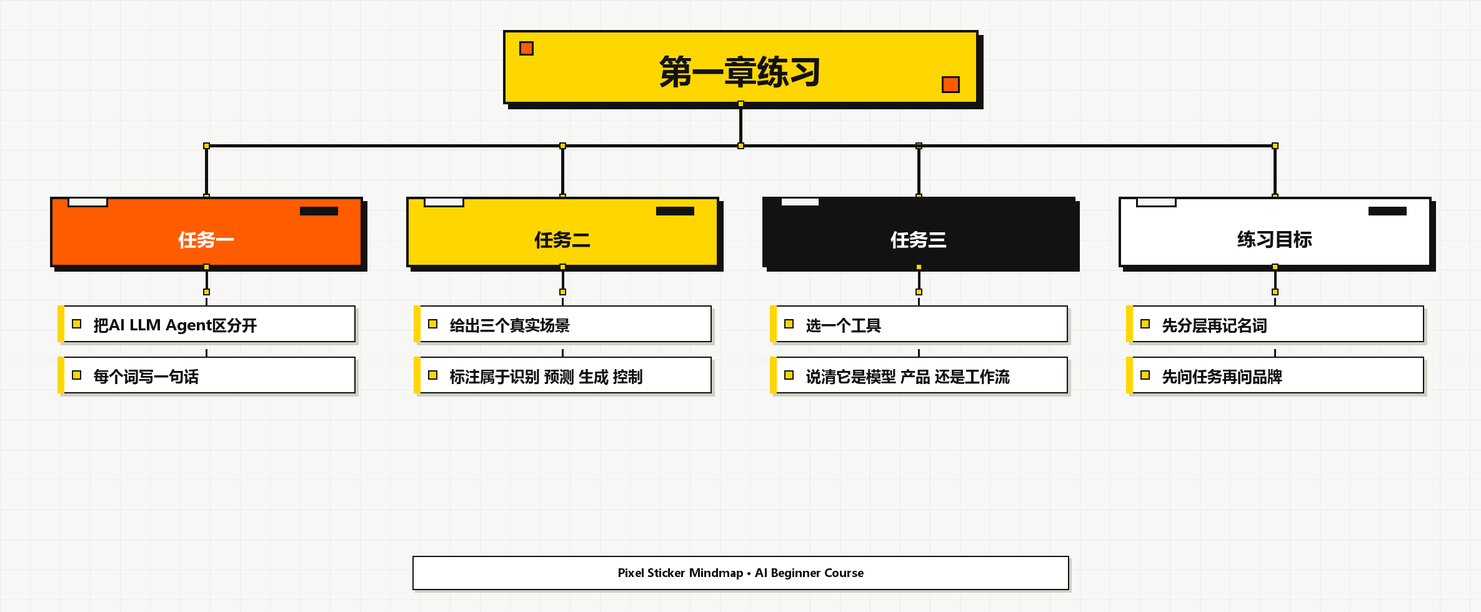
locooooooooo/ai-beginner-course keeps this Mermaid diagram as chapter-01-practice-mindmap.png. Above is the earlier version. Its source is kept beside it as chapter-01-practice-mindmap.mmd.
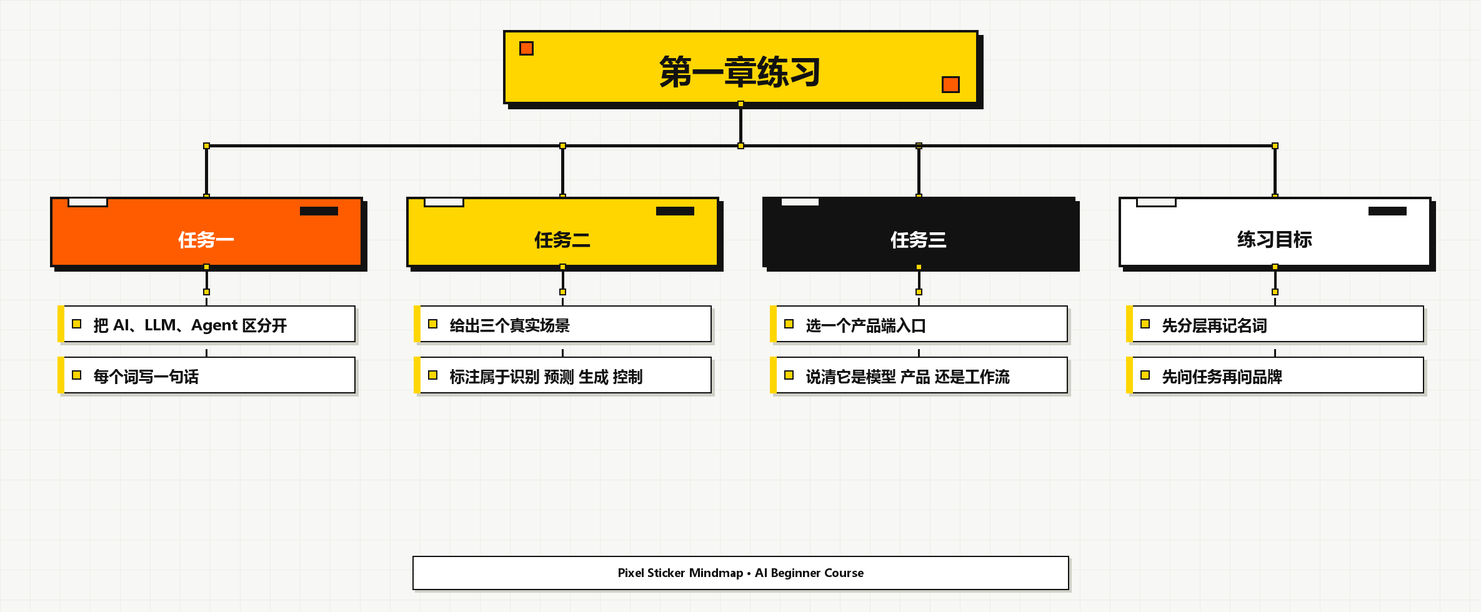
The same diagram one commit later.

Diff of the diagram source:
```diff
@@ -1,13 +1,13 @@
 mindmap
   root((第一章练习))
     任务一
-      把AI LLM Agent区分开
+      把 AI、LLM、Agent 区分开
       每个词写一句话
     任务二
       给出三个真实场景
       标注属于识别 预测 生成 控制
     任务三
-      选一个工具
+      选一个产品端入口
       说清它是模型 产品 还是工作流
     练习目标
       先分层再记名词
```
